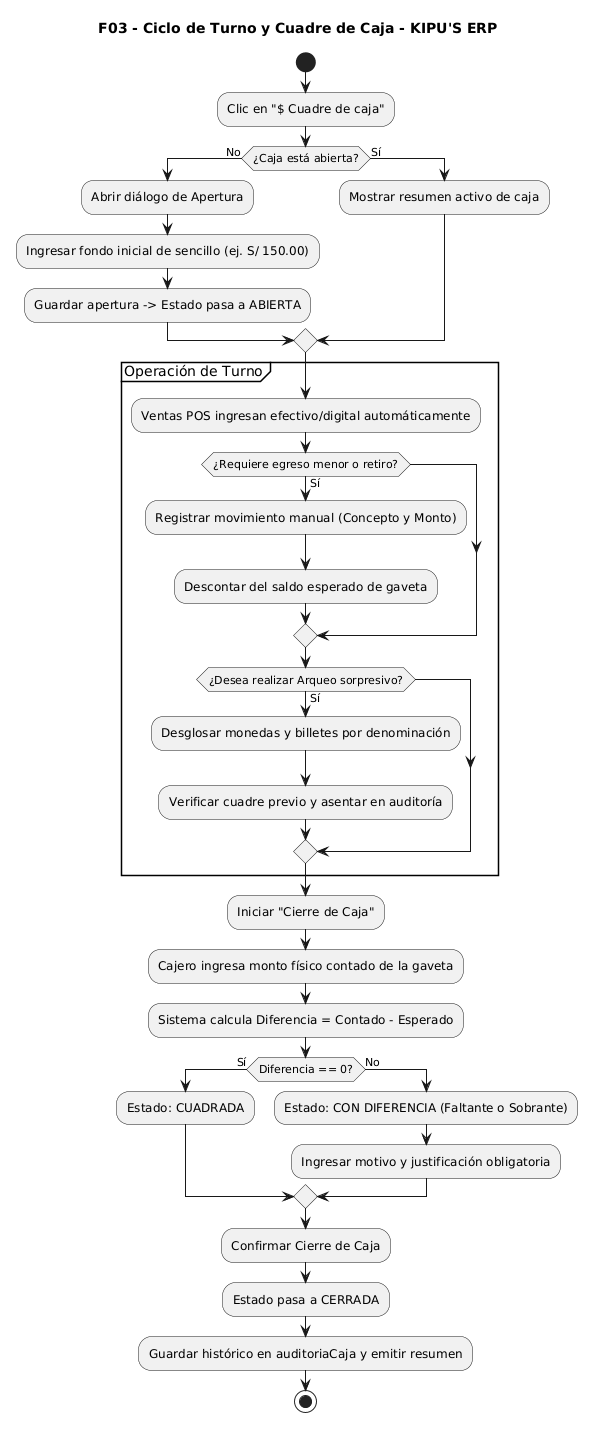
The PlantUML diagram docs/UML-flujos/imagenes/03_cuadre_caja_arqueo.png in xmenil/ERP-KIPUS, before a commit. The source it was exported from:
```plantuml
@startuml
skinparam monochrome true
skinparam shadowing false

title F03 - Ciclo de Turno y Cuadre de Caja - KIPU'S ERP

start
:Clic en "$ Cuadre de caja";

if (¿Caja está abierta?) then (No)
  :Abrir diálogo de Apertura;
  :Ingresar fondo inicial de sencillo (ej. S/ 150.00);
  :Guardar apertura -> Estado pasa a ABIERTA;
else (Sí)
  :Mostrar resumen activo de caja;
endif

partition "Operación de Turno" {
  :Ventas POS ingresan efectivo/digital automáticamente;
  if (¿Requiere egreso menor o retiro?) then (Sí)
    :Registrar movimiento manual (Concepto y Monto);
    :Descontar del saldo esperado de gaveta;
  endif
  if (¿Desea realizar Arqueo sorpresivo?) then (Sí)
    :Desglosar monedas y billetes por denominación;
    :Verificar cuadre previo y asentar en auditoría;
  endif
}

:Iniciar "Cierre de Caja";
:Cajero ingresa monto físico contado de la gaveta;
:Sistema calcula Diferencia = Contado - Esperado;

if (Diferencia == 0?) then (Sí)
  :Estado: CUADRADA;
else (No)
  :Estado: CON DIFERENCIA (Faltante o Sobrante);
  :Ingresar motivo y justificación obligatoria;
endif

:Confirmar Cierre de Caja;
:Estado pasa a CERRADA;
:Guardar histórico en auditoriaCaja y emitir resumen;
stop
@enduml
```
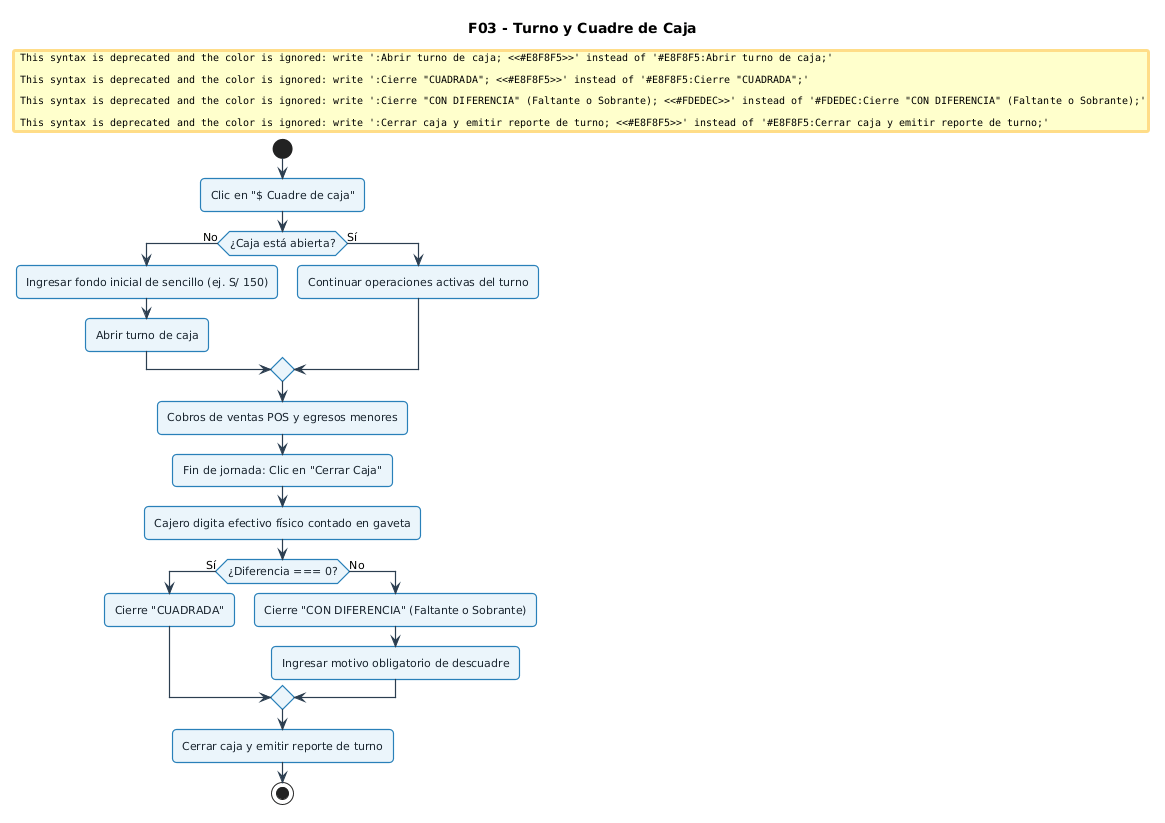
The same file after the commit.

Change to the diagram source:
```diff
@@ -1,45 +1,53 @@
 @startuml
-skinparam monochrome true
+skinparam defaultFontName "Segoe UI", Arial, sans-serif
+skinparam defaultFontSize 11
+skinparam roundCorner 8
 skinparam shadowing false
+skinparam ArrowColor #2C3E50
+skinparam ArrowThickness 1.2
 
-title F03 - Ciclo de Turno y Cuadre de Caja - KIPU'S ERP
+skinparam activity {
+  BackgroundColor #EBF5FB
+  BorderColor #2980B9
+  BorderThickness 1.2
+  FontColor #1A252F
+}
+skinparam decision {
+  BackgroundColor #FEF9E7
+  BorderColor #F39C12
+  BorderThickness 1.2
+  FontColor #7D6608
+}
+skinparam start {
+  Color #27AE60
+}
+skinparam stop {
+  Color #C0392B
+}
+
+title F03 - Turno y Cuadre de Caja
 
 start
 :Clic en "$ Cuadre de caja";
 
 if (¿Caja está abierta?) then (No)
-  :Abrir diálogo de Apertura;
-  :Ingresar fondo inicial de sencillo (ej. S/ 150.00);
-  :Guardar apertura -> Estado pasa a ABIERTA;
+  :Ingresar fondo inicial de sencillo (ej. S/ 150);
+  #E8F8F5:Abrir turno de caja;
 else (Sí)
-  :Mostrar resumen activo de caja;
+  :Continuar operaciones activas del turno;
 endif
 
-partition "Operación de Turno" {
-  :Ventas POS ingresan efectivo/digital automáticamente;
-  if (¿Requiere egreso menor o retiro?) then (Sí)
-    :Registrar movimiento manual (Concepto y Monto);
-    :Descontar del saldo esperado de gaveta;
-  endif
-  if (¿Desea realizar Arqueo sorpresivo?) then (Sí)
-    :Desglosar monedas y billetes por denominación;
-    :Verificar cuadre previo y asentar en auditoría;
-  endif
-}
+:Cobros de ventas POS y egresos menores;
+:Fin de jornada: Clic en "Cerrar Caja";
+:Cajero digita efectivo físico contado en gaveta;
 
-:Iniciar "Cierre de Caja";
-:Cajero ingresa monto físico contado de la gaveta;
-:Sistema calcula Diferencia = Contado - Esperado;
-
-if (Diferencia == 0?) then (Sí)
-  :Estado: CUADRADA;
+if (¿Diferencia === 0?) then (Sí)
+  #E8F8F5:Cierre "CUADRADA";
 else (No)
-  :Estado: CON DIFERENCIA (Faltante o Sobrante);
-  :Ingresar motivo y justificación obligatoria;
+  #FDEDEC:Cierre "CON DIFERENCIA" (Faltante o Sobrante);
+  :Ingresar motivo obligatorio de descuadre;
 endif
 
-:Confirmar Cierre de Caja;
-:Estado pasa a CERRADA;
-:Guardar histórico en auditoriaCaja y emitir resumen;
+#E8F8F5:Cerrar caja y emitir reporte de turno;
 stop
 @enduml
```
